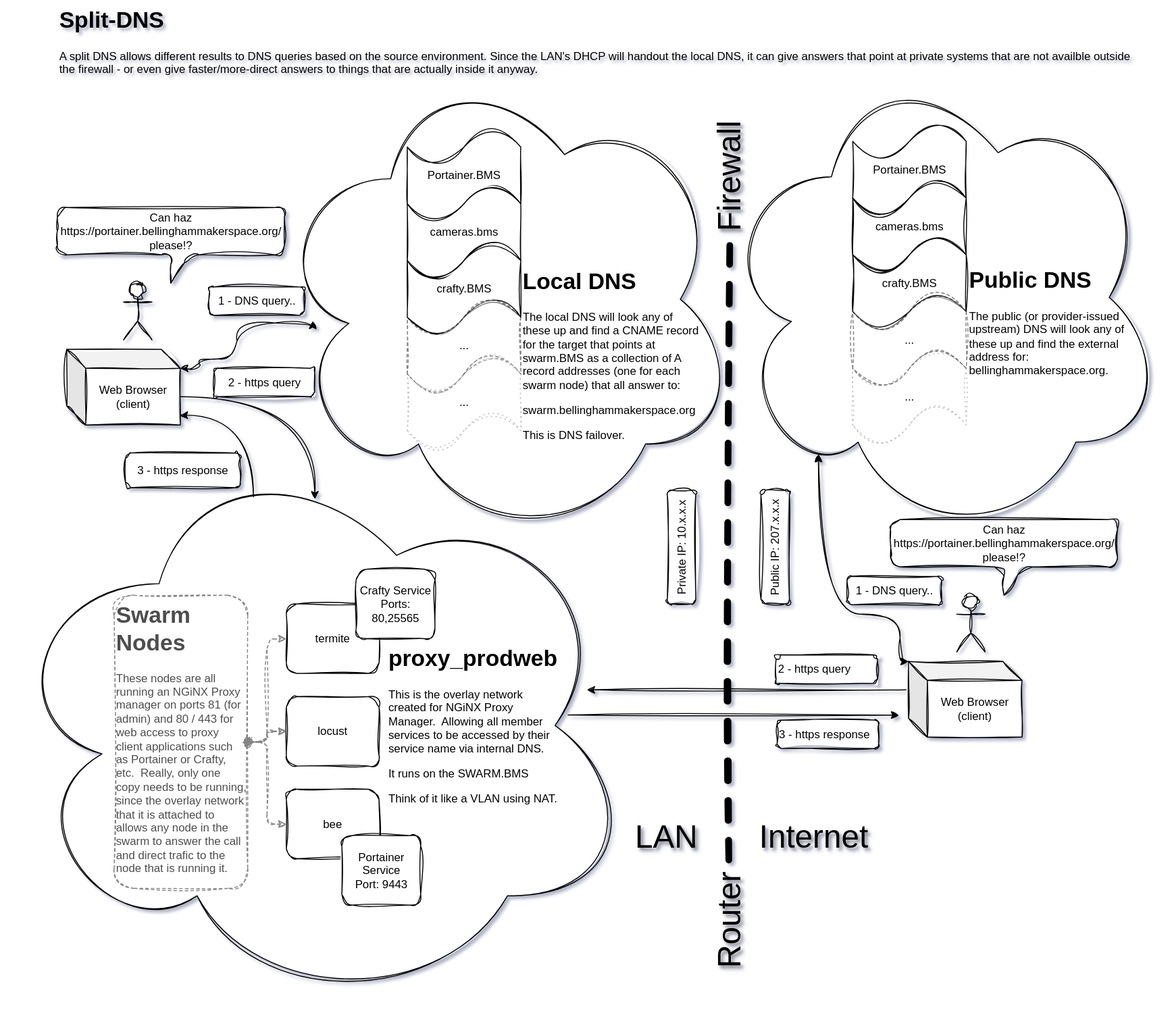
The draw.io diagram _assets/WebFlow_light.svg in growlf/journal, before a commit. Source tidied: cells renumbered, new cells last; positions are measured from the earlier drawing's top-left corner, leaving out a move shared by most shapes.
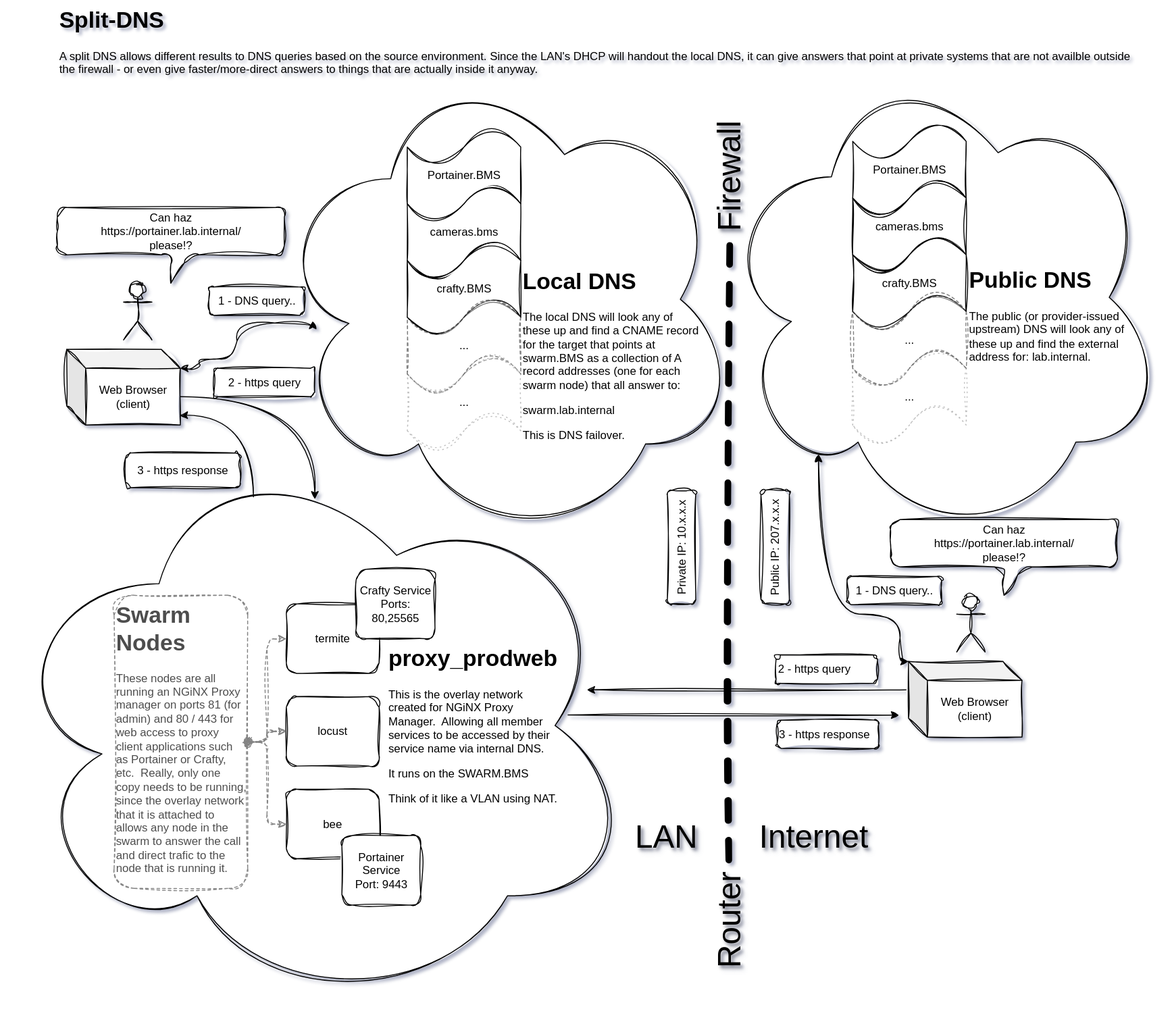
The same diagram one commit later.

Change to the diagram source:
```diff
@@ -74,7 +74,7 @@
     <mxCell id="21" style="group;labelBackgroundColor=none;rounded=1;sketch=1;curveFitting=1;jiggle=2;" parent="1" vertex="1">
       <mxGeometry x="901" y="134" width="300" height="341" as="geometry" />
     </mxCell>
-    <mxCell id="22" value="&lt;h1 style=&quot;margin-top: 0px;&quot;&gt;&lt;span style=&quot;background-color: transparent; color: light-dark(rgb(0, 0, 0), rgb(255, 255, 255));&quot;&gt;Public DNS&lt;/span&gt;&lt;/h1&gt;&lt;p style=&quot;margin-top: 0px;&quot;&gt;&lt;span style=&quot;background-color: transparent; color: light-dark(rgb(0, 0, 0), rgb(255, 255, 255)); font-size: 12px; font-weight: normal;&quot;&gt;The public (or provider-issued upstream) DNS will look any of these up and find the external address for: bellinghammakerspace.org.&lt;/span&gt;&lt;/p&gt;" style="text;html=1;whiteSpace=wrap;overflow=hidden;rounded=1;labelBackgroundColor=none;sketch=1;curveFitting=1;jiggle=2;" parent="21" vertex="1">
+    <mxCell id="22" value="&lt;h1 style=&quot;margin-top: 0px;&quot;&gt;&lt;span style=&quot;background-color: transparent; color: light-dark(rgb(0, 0, 0), rgb(255, 255, 255));&quot;&gt;Public DNS&lt;/span&gt;&lt;/h1&gt;&lt;p style=&quot;margin-top: 0px;&quot;&gt;&lt;span style=&quot;background-color: transparent; color: light-dark(rgb(0, 0, 0), rgb(255, 255, 255)); font-size: 12px; font-weight: normal;&quot;&gt;The public (or provider-issued upstream) DNS will look any of these up and find the external address for: lab.internal.&lt;/span&gt;&lt;/p&gt;" style="text;html=1;whiteSpace=wrap;overflow=hidden;rounded=1;labelBackgroundColor=none;sketch=1;curveFitting=1;jiggle=2;" parent="21" vertex="1">
       <mxGeometry x="121" y="141" width="170" height="200" as="geometry" />
     </mxCell>
     <mxCell id="23" style="group;labelBackgroundColor=none;rounded=1;sketch=1;curveFitting=1;jiggle=2;" parent="21" vertex="1">
@@ -135,7 +135,7 @@
     <mxCell id="39" style="group;labelBackgroundColor=none;rounded=1;sketch=1;curveFitting=1;jiggle=2;" parent="37" vertex="1">
       <mxGeometry x="140" y="74" width="320" height="342" as="geometry" />
     </mxCell>
-    <mxCell id="40" value="&lt;h1 style=&quot;margin-top: 0px;&quot;&gt;&lt;span style=&quot;background-color: transparent; color: light-dark(rgb(0, 0, 0), rgb(255, 255, 255));&quot;&gt;Local DNS&lt;/span&gt;&lt;/h1&gt;&lt;p style=&quot;margin-top: 0px;&quot;&gt;&lt;span style=&quot;background-color: transparent; color: light-dark(rgb(0, 0, 0), rgb(255, 255, 255)); font-size: 12px; font-weight: normal;&quot;&gt;The local DNS will look any of these up and find a CNAME record for the target that points at swarm.BMS as a collection of A record addresses (one for each swarm node) that all answer to:&lt;/span&gt;&lt;/p&gt;&lt;p style=&quot;margin-top: 0px;&quot;&gt;&lt;span style=&quot;background-color: transparent; color: light-dark(rgb(0, 0, 0), rgb(255, 255, 255)); font-size: 12px; font-weight: normal;&quot;&gt;swarm.bellinghammakerspace.org&lt;/span&gt;&lt;/p&gt;&lt;p style=&quot;margin-top: 0px;&quot;&gt;&lt;span style=&quot;background-color: transparent; color: light-dark(rgb(0, 0, 0), rgb(255, 255, 255)); font-size: 12px; font-weight: normal;&quot;&gt;This is DNS failover.&lt;/span&gt;&lt;/p&gt;" style="text;html=1;whiteSpace=wrap;overflow=hidden;rounded=1;labelBackgroundColor=none;sketch=1;curveFitting=1;jiggle=2;" parent="39" vertex="1">
+    <mxCell id="40" value="&lt;h1 style=&quot;margin-top: 0px;&quot;&gt;&lt;span style=&quot;background-color: transparent; color: light-dark(rgb(0, 0, 0), rgb(255, 255, 255));&quot;&gt;Local DNS&lt;/span&gt;&lt;/h1&gt;&lt;p style=&quot;margin-top: 0px;&quot;&gt;&lt;span style=&quot;background-color: transparent; color: light-dark(rgb(0, 0, 0), rgb(255, 255, 255)); font-size: 12px; font-weight: normal;&quot;&gt;The local DNS will look any of these up and find a CNAME record for the target that points at swarm.BMS as a collection of A record addresses (one for each swarm node) that all answer to:&lt;/span&gt;&lt;/p&gt;&lt;p style=&quot;margin-top: 0px;&quot;&gt;&lt;span style=&quot;background-color: transparent; color: light-dark(rgb(0, 0, 0), rgb(255, 255, 255)); font-size: 12px; font-weight: normal;&quot;&gt;swarm.lab.internal&lt;/span&gt;&lt;/p&gt;&lt;p style=&quot;margin-top: 0px;&quot;&gt;&lt;span style=&quot;background-color: transparent; color: light-dark(rgb(0, 0, 0), rgb(255, 255, 255)); font-size: 12px; font-weight: normal;&quot;&gt;This is DNS failover.&lt;/span&gt;&lt;/p&gt;" style="text;html=1;whiteSpace=wrap;overflow=hidden;rounded=1;labelBackgroundColor=none;sketch=1;curveFitting=1;jiggle=2;" parent="39" vertex="1">
       <mxGeometry x="120" y="141" width="190" height="200" as="geometry" />
     </mxCell>
     <mxCell id="41" style="group;labelBackgroundColor=none;rounded=1;sketch=1;curveFitting=1;jiggle=2;" parent="39" vertex="1">
@@ -192,7 +192,7 @@
     <mxCell id="57" style="shape=umlActor;verticalLabelPosition=bottom;verticalAlign=top;html=1;labelBackgroundColor=none;rounded=1;sketch=1;curveFitting=1;jiggle=2;" parent="55" vertex="1">
       <mxGeometry x="70" y="80" width="30" height="60" as="geometry" />
     </mxCell>
-    <mxCell id="58" value="Can haz&lt;br&gt;https://portainer.bellinghammakerspace.org/&lt;div&gt;please!?&lt;/div&gt;" style="shape=callout;whiteSpace=wrap;html=1;perimeter=calloutPerimeter;labelBackgroundColor=none;rounded=1;sketch=1;curveFitting=1;jiggle=2;" parent="55" vertex="1">
+    <mxCell id="58" value="Can haz&lt;br&gt;https://portainer.lab.internal/&lt;div&gt;please!?&lt;/div&gt;" style="shape=callout;whiteSpace=wrap;html=1;perimeter=calloutPerimeter;labelBackgroundColor=none;rounded=1;sketch=1;curveFitting=1;jiggle=2;" parent="55" vertex="1">
       <mxGeometry width="240" height="80" as="geometry" />
     </mxCell>
     <mxCell id="59" style="group;labelBackgroundColor=none;rounded=1;sketch=1;curveFitting=1;jiggle=2;" parent="1" vertex="1">
@@ -204,7 +204,7 @@
     <mxCell id="61" style="shape=umlActor;verticalLabelPosition=bottom;verticalAlign=top;html=1;labelBackgroundColor=none;rounded=1;sketch=1;curveFitting=1;jiggle=2;" parent="59" vertex="1">
       <mxGeometry x="70" y="80" width="30" height="60" as="geometry" />
     </mxCell>
-    <mxCell id="62" value="Can haz&lt;br&gt;https://portainer.bellinghammakerspace.org/&lt;div&gt;please!?&lt;/div&gt;" style="shape=callout;whiteSpace=wrap;html=1;perimeter=calloutPerimeter;labelBackgroundColor=none;rounded=1;sketch=1;curveFitting=1;jiggle=2;" parent="59" vertex="1">
+    <mxCell id="62" value="Can haz&lt;br&gt;https://portainer.lab.internal/&lt;div&gt;please!?&lt;/div&gt;" style="shape=callout;whiteSpace=wrap;html=1;perimeter=calloutPerimeter;labelBackgroundColor=none;rounded=1;sketch=1;curveFitting=1;jiggle=2;" parent="59" vertex="1">
       <mxGeometry width="240" height="80" as="geometry" />
     </mxCell>
   </root>
```
